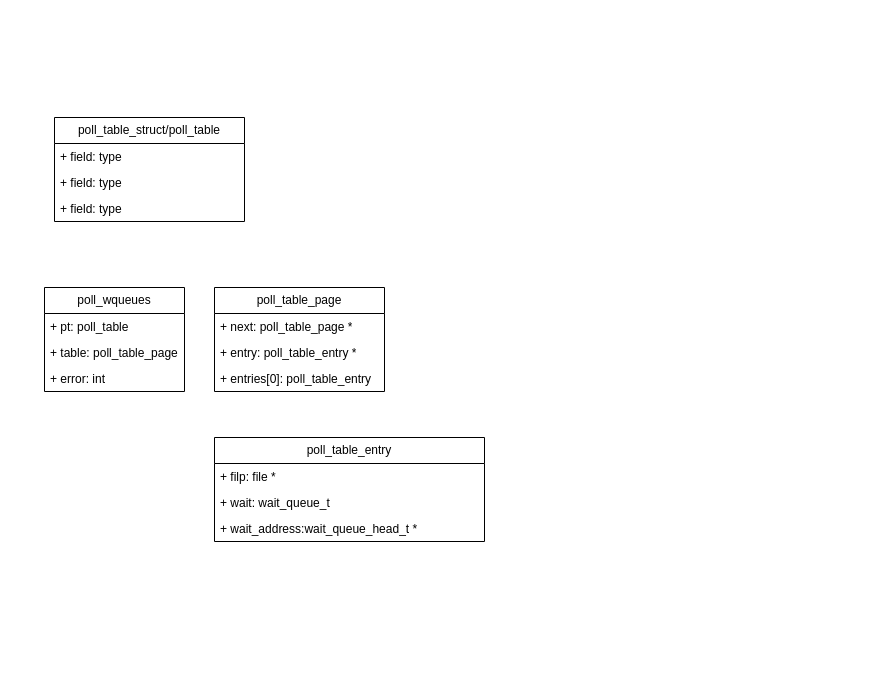
Before: epoll.drawio in Chouly/my-games, a draw.io diagram. Source tidied: cells renumbered, new cells numbered last; positions are measured from the earlier drawing's top-left corner, leaving out a move shared by most shapes. Both pictures are drawn from the tidied source at 100%, with x=0, y=0 at pixel (44, 117).
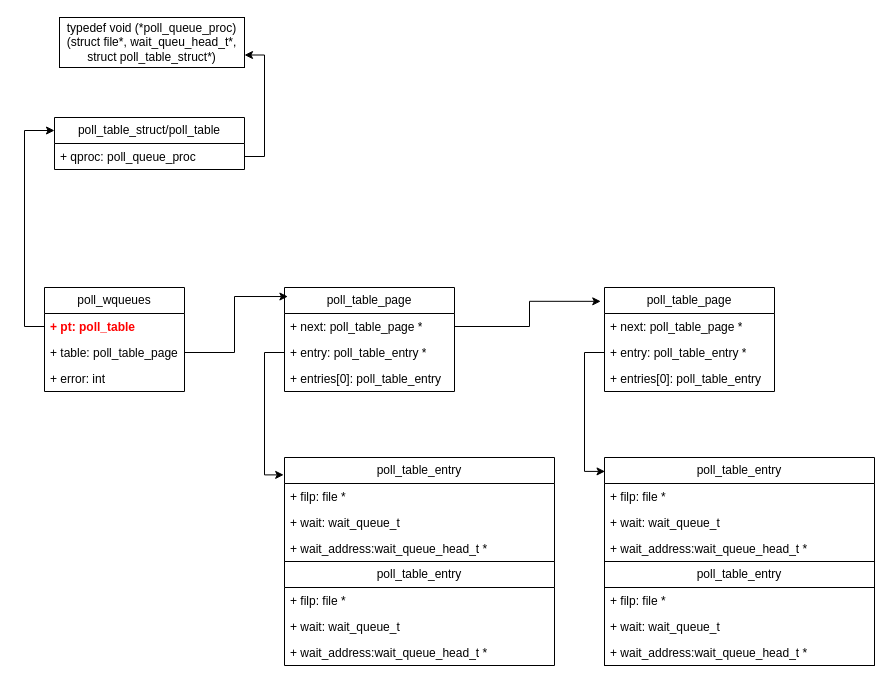
After the change.

Unchanged cells that the change refers to:
```xml
<mxCell id="2" value="poll_wqueues" style="swimlane;fontStyle=0;horizontal=1;startSize=26;fillColor=none;whiteSpace=wrap;html=1;" parent="1" vertex="1">
  <mxGeometry y="170" width="140" height="104" as="geometry" />
</mxCell>
<mxCell id="4" value="+ table: poll_table_page" style="text;strokeColor=none;fillColor=none;align=left;verticalAlign=top;spacingLeft=4;spacingRight=4;overflow=hidden;points=[[0,0.5],[1,0.5]];portConstraint=eastwest;whiteSpace=wrap;html=1;" parent="2" vertex="1">
  <mxGeometry y="52" width="140" height="26" as="geometry" />
</mxCell>
<mxCell id="7" value="+ next: poll_table_page *" style="text;strokeColor=none;fillColor=none;align=left;verticalAlign=top;spacingLeft=4;spacingRight=4;overflow=hidden;points=[[0,0.5],[1,0.5]];portConstraint=eastwest;whiteSpace=wrap;html=1;" parent="6" vertex="1">
  <mxGeometry y="26" width="170" height="26" as="geometry" />
</mxCell>
<mxCell id="8" value="+ entry: poll_table_entry *" style="text;strokeColor=none;fillColor=none;align=left;verticalAlign=top;spacingLeft=4;spacingRight=4;overflow=hidden;points=[[0,0.5],[1,0.5]];portConstraint=eastwest;whiteSpace=wrap;html=1;" parent="6" vertex="1">
  <mxGeometry y="52" width="170" height="26" as="geometry" />
</mxCell>
```

Change to the diagram source:
```diff
@@
-    <mxCell id="3" value="+ pt: poll_table" style="text;strokeColor=none;fillColor=none;align=left;verticalAlign=top;spacingLeft=4;spacingRight=4;overflow=hidden;points=[[0,0.5],[1,0.5]];portConstraint=eastwest;whiteSpace=wrap;html=1;" parent="2" vertex="1">
+    <mxCell id="3" value="&lt;font color=&quot;#ff0000&quot;&gt;&lt;b&gt;+ pt: poll_table&lt;/b&gt;&lt;/font&gt;" style="text;strokeColor=none;fillColor=none;align=left;verticalAlign=top;spacingLeft=4;spacingRight=4;overflow=hidden;points=[[0,0.5],[1,0.5]];portConstraint=eastwest;whiteSpace=wrap;html=1;" parent="2" vertex="1">
       <mxGeometry y="26" width="140" height="26" as="geometry" />
     </mxCell>
@@
     <mxCell id="6" value="poll_table_page" style="swimlane;fontStyle=0;horizontal=1;startSize=26;fillColor=none;whiteSpace=wrap;html=1;" parent="1" vertex="1">
-      <mxGeometry x="170" y="170" width="170" height="104" as="geometry" />
+      <mxGeometry x="240" y="170" width="170" height="104" as="geometry" />
     </mxCell>
@@
     <mxCell id="10" value="poll_table_entry" style="swimlane;fontStyle=0;horizontal=1;startSize=26;fillColor=none;whiteSpace=wrap;html=1;" parent="1" vertex="1">
-      <mxGeometry x="170" y="320" width="270" height="104" as="geometry" />
+      <mxGeometry x="240" y="340" width="270" height="104" as="geometry" />
     </mxCell>
@@
     <mxCell id="14" value="poll_table_struct/poll_table" style="swimlane;fontStyle=0;horizontal=1;startSize=26;fillColor=none;whiteSpace=wrap;html=1;" parent="1" vertex="1">
-      <mxGeometry x="10" width="190" height="104" as="geometry" />
+      <mxGeometry x="10" width="190" height="52" as="geometry" />
     </mxCell>
-    <mxCell id="15" value="+ field: type" style="text;strokeColor=none;fillColor=none;align=left;verticalAlign=top;spacingLeft=4;spacingRight=4;overflow=hidden;points=[[0,0.5],[1,0.5]];portConstraint=eastwest;whiteSpace=wrap;html=1;" parent="14" vertex="1">
+    <mxCell id="15" value="+ qproc: poll_queue_proc" style="text;strokeColor=none;fillColor=none;align=left;verticalAlign=top;spacingLeft=4;spacingRight=4;overflow=hidden;points=[[0,0.5],[1,0.5]];portConstraint=eastwest;whiteSpace=wrap;html=1;" parent="14" vertex="1">
       <mxGeometry y="26" width="190" height="26" as="geometry" />
     </mxCell>
-    <mxCell id="16" value="+ field: type" style="text;strokeColor=none;fillColor=none;align=left;verticalAlign=top;spacingLeft=4;spacingRight=4;overflow=hidden;whiteSpace=wrap;html=1;" parent="14" vertex="1">
-      <mxGeometry y="52" width="190" height="26" as="geometry" />
-    </mxCell>
-    <mxCell id="17" value="+ field: type" style="text;strokeColor=none;fillColor=none;align=left;verticalAlign=top;spacingLeft=4;spacingRight=4;overflow=hidden;whiteSpace=wrap;html=1;" parent="14" vertex="1">
-      <mxGeometry y="78" width="190" height="26" as="geometry" />
-    </mxCell>
+    <mxCell id="18" value="typedef void (*poll_queue_proc)(struct file*, wait_queu_head_t*, struct poll_table_struct*)" style="html=1;whiteSpace=wrap;" parent="1" vertex="1">
+      <mxGeometry x="15" y="-100" width="185" height="50" as="geometry" />
+    </mxCell>
+    <mxCell id="19" style="edgeStyle=orthogonalEdgeStyle;rounded=0;jettySize=auto;html=1;exitX=1;exitY=0.5;exitDx=0;exitDy=0;entryX=1;entryY=0.75;entryDx=0;entryDy=0;" parent="1" edge="1" source="15" target="18">
+      <mxGeometry relative="1" as="geometry" />
+    </mxCell>
+    <mxCell id="20" style="edgeStyle=orthogonalEdgeStyle;rounded=0;jettySize=auto;html=1;exitX=0;exitY=0.5;exitDx=0;exitDy=0;entryX=0;entryY=0.25;entryDx=0;entryDy=0;" parent="1" edge="1" source="3" target="14">
+      <mxGeometry relative="1" as="geometry" />
+    </mxCell>
+    <mxCell id="21" style="edgeStyle=orthogonalEdgeStyle;rounded=0;jettySize=auto;html=1;exitX=1;exitY=0.5;exitDx=0;exitDy=0;entryX=0.02;entryY=0.087;entryDx=0;entryDy=0;entryPerimeter=0;" parent="1" edge="1" source="4" target="6">
+      <mxGeometry relative="1" as="geometry" />
+    </mxCell>
+    <mxCell id="22" style="edgeStyle=orthogonalEdgeStyle;rounded=0;jettySize=auto;html=1;exitX=0;exitY=0.5;exitDx=0;exitDy=0;entryX=-0.003;entryY=0.167;entryDx=0;entryDy=0;entryPerimeter=0;" parent="1" edge="1" source="8" target="10">
+      <mxGeometry relative="1" as="geometry" />
+    </mxCell>
+    <mxCell id="23" value="poll_table_page" style="swimlane;fontStyle=0;horizontal=1;startSize=26;fillColor=none;whiteSpace=wrap;html=1;" parent="1" vertex="1">
+      <mxGeometry x="560" y="170" width="170" height="104" as="geometry" />
+    </mxCell>
+    <mxCell id="24" value="+ next: poll_table_page *" style="text;strokeColor=none;fillColor=none;align=left;verticalAlign=top;spacingLeft=4;spacingRight=4;overflow=hidden;whiteSpace=wrap;html=1;" parent="23" vertex="1">
+      <mxGeometry y="26" width="170" height="26" as="geometry" />
+    </mxCell>
+    <mxCell id="25" value="+ entry: poll_table_entry *" style="text;strokeColor=none;fillColor=none;align=left;verticalAlign=top;spacingLeft=4;spacingRight=4;overflow=hidden;points=[[0,0.5],[1,0.5]];portConstraint=eastwest;whiteSpace=wrap;html=1;" parent="23" vertex="1">
+      <mxGeometry y="52" width="170" height="26" as="geometry" />
+    </mxCell>
+    <mxCell id="26" value="+ entries[0]: poll_table_entry" style="text;strokeColor=none;fillColor=none;align=left;verticalAlign=top;spacingLeft=4;spacingRight=4;overflow=hidden;whiteSpace=wrap;html=1;" parent="23" vertex="1">
+      <mxGeometry y="78" width="170" height="26" as="geometry" />
+    </mxCell>
+    <mxCell id="27" style="edgeStyle=orthogonalEdgeStyle;rounded=0;jettySize=auto;html=1;exitX=1;exitY=0.5;exitDx=0;exitDy=0;entryX=-0.022;entryY=0.133;entryDx=0;entryDy=0;entryPerimeter=0;" parent="1" edge="1" source="7" target="23">
+      <mxGeometry relative="1" as="geometry" />
+    </mxCell>
+    <mxCell id="28" value="poll_table_entry" style="swimlane;fontStyle=0;horizontal=1;startSize=26;fillColor=none;whiteSpace=wrap;html=1;" parent="1" vertex="1">
+      <mxGeometry x="240" y="444" width="270" height="104" as="geometry" />
+    </mxCell>
+    <mxCell id="29" value="+ filp: file *" style="text;strokeColor=none;fillColor=none;align=left;verticalAlign=top;spacingLeft=4;spacingRight=4;overflow=hidden;whiteSpace=wrap;html=1;" parent="28" vertex="1">
+      <mxGeometry y="26" width="270" height="26" as="geometry" />
+    </mxCell>
+    <mxCell id="30" value="+ wait: wait_queue_t" style="text;strokeColor=none;fillColor=none;align=left;verticalAlign=top;spacingLeft=4;spacingRight=4;overflow=hidden;whiteSpace=wrap;html=1;" parent="28" vertex="1">
+      <mxGeometry y="52" width="270" height="26" as="geometry" />
+    </mxCell>
+    <mxCell id="31" value="+ wait_address:wait_queue_head_t *" style="text;strokeColor=none;fillColor=none;align=left;verticalAlign=top;spacingLeft=4;spacingRight=4;overflow=hidden;whiteSpace=wrap;html=1;" parent="28" vertex="1">
+      <mxGeometry y="78" width="270" height="26" as="geometry" />
+    </mxCell>
+    <mxCell id="32" value="poll_table_entry" style="swimlane;fontStyle=0;horizontal=1;startSize=26;fillColor=none;whiteSpace=wrap;html=1;" parent="1" vertex="1">
+      <mxGeometry x="560" y="340" width="270" height="208" as="geometry" />
+    </mxCell>
+    <mxCell id="33" value="+ filp: file *" style="text;strokeColor=none;fillColor=none;align=left;verticalAlign=top;spacingLeft=4;spacingRight=4;overflow=hidden;whiteSpace=wrap;html=1;" parent="32" vertex="1">
+      <mxGeometry y="26" width="270" height="26" as="geometry" />
+    </mxCell>
+    <mxCell id="34" value="+ wait: wait_queue_t" style="text;strokeColor=none;fillColor=none;align=left;verticalAlign=top;spacingLeft=4;spacingRight=4;overflow=hidden;whiteSpace=wrap;html=1;" parent="32" vertex="1">
+      <mxGeometry y="52" width="270" height="26" as="geometry" />
+    </mxCell>
+    <mxCell id="35" value="+ wait_address:wait_queue_head_t *" style="text;strokeColor=none;fillColor=none;align=left;verticalAlign=top;spacingLeft=4;spacingRight=4;overflow=hidden;whiteSpace=wrap;html=1;" parent="32" vertex="1">
+      <mxGeometry y="78" width="270" height="26" as="geometry" />
+    </mxCell>
+    <mxCell id="36" value="poll_table_entry" style="swimlane;fontStyle=0;horizontal=1;startSize=26;fillColor=none;whiteSpace=wrap;html=1;" parent="32" vertex="1">
+      <mxGeometry y="104" width="270" height="104" as="geometry" />
+    </mxCell>
+    <mxCell id="37" value="+ filp: file *" style="text;strokeColor=none;fillColor=none;align=left;verticalAlign=top;spacingLeft=4;spacingRight=4;overflow=hidden;whiteSpace=wrap;html=1;" parent="36" vertex="1">
+      <mxGeometry y="26" width="270" height="26" as="geometry" />
+    </mxCell>
+    <mxCell id="38" value="+ wait: wait_queue_t" style="text;strokeColor=none;fillColor=none;align=left;verticalAlign=top;spacingLeft=4;spacingRight=4;overflow=hidden;whiteSpace=wrap;html=1;" parent="36" vertex="1">
+      <mxGeometry y="52" width="270" height="26" as="geometry" />
+    </mxCell>
+    <mxCell id="39" value="+ wait_address:wait_queue_head_t *" style="text;strokeColor=none;fillColor=none;align=left;verticalAlign=top;spacingLeft=4;spacingRight=4;overflow=hidden;whiteSpace=wrap;html=1;" parent="36" vertex="1">
+      <mxGeometry y="78" width="270" height="26" as="geometry" />
+    </mxCell>
+    <mxCell id="40" style="edgeStyle=orthogonalEdgeStyle;rounded=0;jettySize=auto;html=1;exitX=0;exitY=0.5;exitDx=0;exitDy=0;entryX=0.002;entryY=0.067;entryDx=0;entryDy=0;entryPerimeter=0;" parent="1" edge="1" source="25" target="32">
+      <mxGeometry relative="1" as="geometry" />
+    </mxCell>
```
